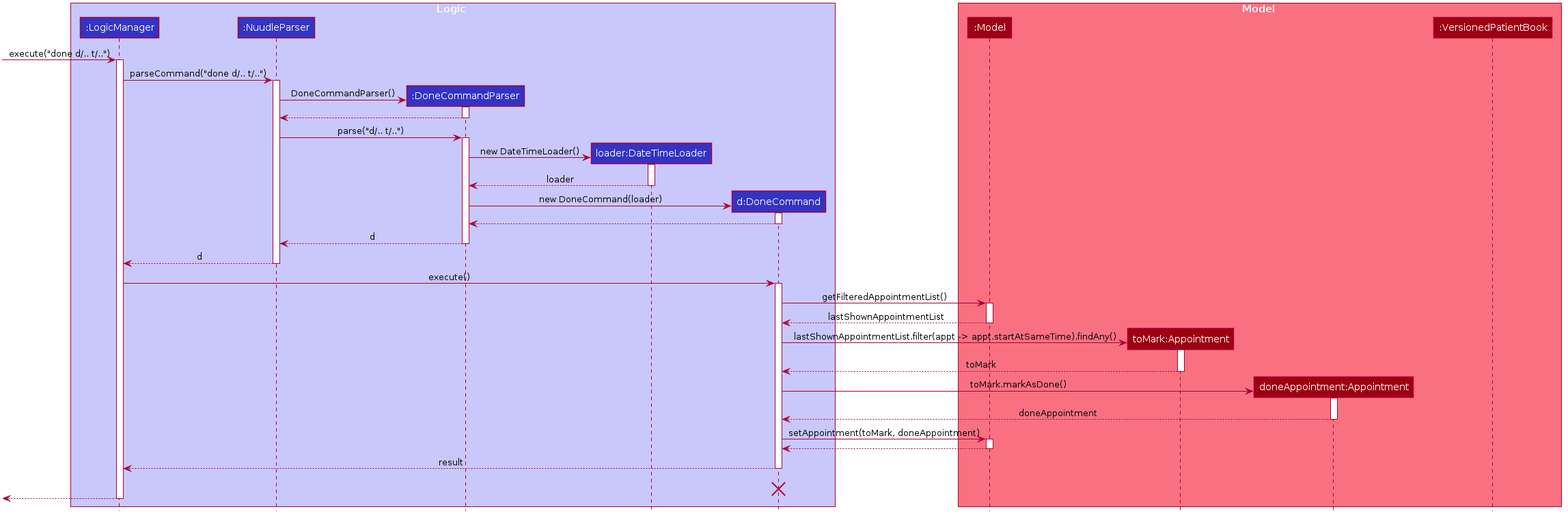
The PlantUML diagram docs/images/DoneSequenceDiagram.png in xz0127/tp, before a commit.
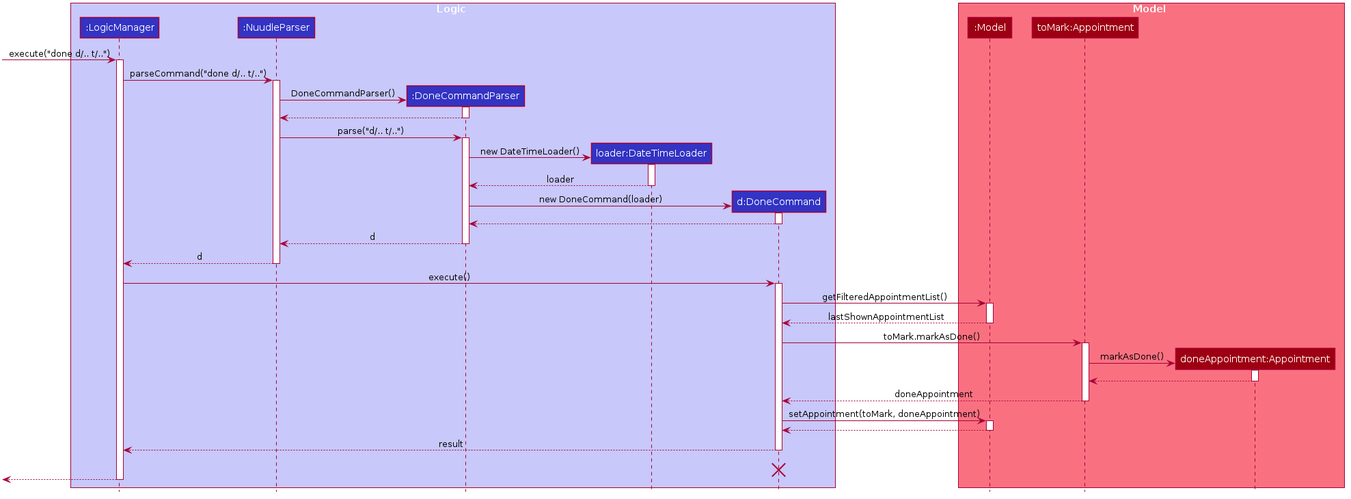
After the commit.

Commit message:
Generate PNG images for PlantUML diagrams

Diff of the diagram source:
```diff
@@ -58,9 +58,8 @@
 
 box Model #F97181
 participant ":Model" as Model #9D0012
-participant "toMark:Appointment" as Appointment #9D0012
+participant "toMark:Appointment" as ToMarkAppointment #9D0012
 participant "doneAppointment:Appointment" as DoneAppointment #9D0012
-participant ":VersionedPatientBook" as VersionedPatientBook #9D0012
 end box
 [-> LogicManager : execute("done d/.. t/..")
 activate LogicManager
@@ -107,19 +106,18 @@
 Model --> DoneCommand : lastShownAppointmentList
 deactivate Model
 
-create Appointment
-DoneCommand -> Appointment : lastShownAppointmentList.filter(appt -> appt.startAtSameTime).findAny()
-activate Appointment
-
-Appointment --> DoneCommand : toMark
-deactivate Appointment
+DoneCommand -> ToMarkAppointment : toMark.markAsDone()
+activate ToMarkAppointment
 
 create DoneAppointment
-DoneCommand -> DoneAppointment : toMark.markAsDone()
+ToMarkAppointment -> DoneAppointment : markAsDone()
 activate DoneAppointment
 
-DoneAppointment --> DoneCommand : doneAppointment
+DoneAppointment --> ToMarkAppointment
 deactivate DoneAppointment
+
+ToMarkAppointment --> DoneCommand : doneAppointment
+deactivate ToMarkAppointment
 
 DoneCommand -> Model : setAppointment(toMark, doneAppointment)
 activate Model
```
